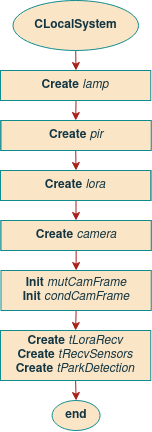
Before: report/images/09sw_specification/LS/clocalsystem/constructor.png, a diagram exported from draw.io (ESRGgroup9/slipad). Source tidied: cells renumbered, new cells last; positions are measured from the earlier drawing's top-left corner, leaving out a move shared by most shapes. The source it was exported from:
```xml
<mxGraphModel>
  <root>
    <mxCell id="0" />
    <mxCell id="1" parent="0" />
    <mxCell id="2" style="edgeStyle=orthogonalEdgeStyle;curved=0;rounded=1;sketch=0;jettySize=auto;html=1;exitX=0.5;exitY=1;exitDx=0;exitDy=0;entryX=0.5;entryY=0;entryDx=0;entryDy=0;fontColor=#143642;strokeColor=#A8201A;fillColor=#FAE5C7;" parent="1" edge="1" source="3">
      <mxGeometry relative="1" as="geometry">
        <mxPoint x="75.5" y="70" as="targetPoint" />
      </mxGeometry>
    </mxCell>
    <mxCell id="3" value="&lt;div&gt;CLocalSystem&lt;br&gt;&lt;/div&gt;" style="ellipse;whiteSpace=wrap;html=1;fillColor=#FAE5C7;strokeColor=#0F8B8D;fontColor=#143642;fontStyle=1;" parent="1" vertex="1">
      <mxGeometry x="12.5" width="125.5" height="50" as="geometry" />
    </mxCell>
    <mxCell id="4" style="edgeStyle=orthogonalEdgeStyle;rounded=1;jettySize=auto;html=1;exitX=0.5;exitY=1;exitDx=0;exitDy=0;entryX=0.5;entryY=0;entryDx=0;entryDy=0;strokeColor=#A8201A;" parent="1" edge="1" target="7">
      <mxGeometry relative="1" as="geometry">
        <mxPoint x="75.5" y="100" as="sourcePoint" />
      </mxGeometry>
    </mxCell>
    <mxCell id="5" value="end" style="ellipse;whiteSpace=wrap;html=1;fillColor=#FAE5C7;strokeColor=#0F8B8D;fontColor=#143642;fontStyle=1;" parent="1" vertex="1">
      <mxGeometry x="51.6" y="400" width="48" height="30" as="geometry" />
    </mxCell>
    <mxCell id="6" style="edgeStyle=orthogonalEdgeStyle;rounded=1;jettySize=auto;html=1;exitX=0.5;exitY=1;exitDx=0;exitDy=0;entryX=0.5;entryY=0;entryDx=0;entryDy=0;strokeColor=#A8201A;" parent="1" edge="1" source="7" target="9">
      <mxGeometry relative="1" as="geometry" />
    </mxCell>
    <mxCell id="7" value="Create &lt;span style=&quot;font-weight: normal&quot;&gt;Communication&lt;/span&gt;" style="shape=process;whiteSpace=wrap;html=1;backgroundOutline=1;rounded=0;sketch=0;fontColor=#143642;strokeColor=#0F8B8D;fillColor=#FAE5C7;fontStyle=1;" parent="1" vertex="1">
      <mxGeometry x="0.2" y="120" width="150" height="30" as="geometry" />
    </mxCell>
    <mxCell id="8" style="edgeStyle=orthogonalEdgeStyle;rounded=1;jettySize=auto;html=1;exitX=0.5;exitY=1;exitDx=0;exitDy=0;entryX=0.5;entryY=0;entryDx=0;entryDy=0;strokeColor=#A8201A;" parent="1" edge="1" source="9">
      <mxGeometry relative="1" as="geometry">
        <mxPoint x="75.5" y="220" as="targetPoint" />
      </mxGeometry>
    </mxCell>
    <mxCell id="9" value="Create &lt;span style=&quot;font-weight: normal&quot;&gt;Pir&lt;/span&gt;" style="shape=process;whiteSpace=wrap;html=1;backgroundOutline=1;rounded=0;sketch=0;fontColor=#143642;strokeColor=#0F8B8D;fillColor=#FAE5C7;fontStyle=1;" parent="1" vertex="1">
      <mxGeometry x="0.5" y="170" width="150" height="30" as="geometry" />
    </mxCell>
    <mxCell id="10" value="Create &lt;span style=&quot;font-weight: normal&quot;&gt;Camera&lt;/span&gt;" style="shape=process;whiteSpace=wrap;html=1;backgroundOutline=1;rounded=0;sketch=0;fontColor=#143642;strokeColor=#0F8B8D;fillColor=#FAE5C7;fontStyle=1;" parent="1" vertex="1">
      <mxGeometry x="0.5" y="220" width="150" height="30" as="geometry" />
    </mxCell>
    <mxCell id="11" value="&lt;b&gt;Create&lt;/b&gt; &lt;i&gt;lamp&lt;/i&gt;" style="rounded=0;whiteSpace=wrap;html=1;sketch=0;fontColor=#143642;strokeColor=#0F8B8D;fillColor=#FAE5C7;" parent="1" vertex="1">
      <mxGeometry y="70" width="150.2" height="30" as="geometry" />
    </mxCell>
    <mxCell id="12" value="&lt;b&gt;Create&lt;/b&gt; &lt;i&gt;pir&lt;/i&gt;" style="rounded=0;whiteSpace=wrap;html=1;sketch=0;fontColor=#143642;strokeColor=#0F8B8D;fillColor=#FAE5C7;" parent="1" vertex="1">
      <mxGeometry x="0.5" y="120" width="150.2" height="30" as="geometry" />
    </mxCell>
    <mxCell id="13" value="&lt;b&gt;Create &lt;/b&gt;&lt;i&gt;lora&lt;br&gt;&lt;/i&gt;" style="rounded=0;whiteSpace=wrap;html=1;sketch=0;fontColor=#143642;strokeColor=#0F8B8D;fillColor=#FAE5C7;" parent="1" vertex="1">
      <mxGeometry y="170" width="150.2" height="30" as="geometry" />
    </mxCell>
    <mxCell id="14" style="edgeStyle=orthogonalEdgeStyle;rounded=1;jettySize=auto;html=1;exitX=0.5;exitY=1;exitDx=0;exitDy=0;entryX=0.5;entryY=0;entryDx=0;entryDy=0;strokeColor=#A8201A;" parent="1" edge="1" source="15" target="19">
      <mxGeometry relative="1" as="geometry" />
    </mxCell>
    <mxCell id="15" value="&lt;b&gt;Create&lt;/b&gt; &lt;i&gt;camera&lt;/i&gt;" style="rounded=0;whiteSpace=wrap;html=1;sketch=0;fontColor=#143642;strokeColor=#0F8B8D;fillColor=#FAE5C7;" parent="1" vertex="1">
      <mxGeometry x="0.5" y="220" width="150.2" height="30" as="geometry" />
    </mxCell>
    <mxCell id="16" style="edgeStyle=orthogonalEdgeStyle;rounded=1;jettySize=auto;html=1;exitX=0.5;exitY=1;exitDx=0;exitDy=0;entryX=0.5;entryY=0;entryDx=0;entryDy=0;strokeColor=#A8201A;" parent="1" edge="1" source="17" target="5">
      <mxGeometry relative="1" as="geometry" />
    </mxCell>
    <mxCell id="17" value="&lt;div&gt;&lt;b&gt;Create&lt;/b&gt; &lt;i&gt;tLoraRecv&lt;/i&gt;&lt;/div&gt;&lt;div&gt;&lt;b&gt;Create &lt;/b&gt;&lt;i&gt;tRecvSensors&lt;/i&gt;&lt;/div&gt;&lt;div&gt;&lt;b&gt;Create &lt;/b&gt;&lt;i&gt;tParkDetection&lt;br&gt;&lt;/i&gt;&lt;/div&gt;" style="rounded=0;whiteSpace=wrap;html=1;sketch=0;fontColor=#143642;strokeColor=#0F8B8D;fillColor=#FAE5C7;" parent="1" vertex="1">
      <mxGeometry y="330" width="150.2" height="50" as="geometry" />
    </mxCell>
    <mxCell id="18" style="edgeStyle=none;rounded=0;jettySize=auto;html=1;exitX=0.5;exitY=1;exitDx=0;exitDy=0;entryX=0.5;entryY=0;entryDx=0;entryDy=0;strokeColor=#A8201A;" parent="1" edge="1" source="19" target="17">
      <mxGeometry relative="1" as="geometry" />
    </mxCell>
    <mxCell id="19" value="&lt;div&gt;&lt;b&gt;Init&lt;/b&gt; &lt;i&gt;mutCamFrame&lt;/i&gt;&lt;/div&gt;&lt;div&gt;&lt;b&gt;Init&lt;/b&gt; &lt;i&gt;condCamFrame&lt;/i&gt;&lt;br&gt;&lt;/div&gt;" style="rounded=0;whiteSpace=wrap;html=1;sketch=0;fontColor=#143642;strokeColor=#0F8B8D;fillColor=#FAE5C7;" parent="1" vertex="1">
      <mxGeometry x="0.5" y="270" width="150.2" height="40" as="geometry" />
    </mxCell>
  </root>
</mxGraphModel>
```
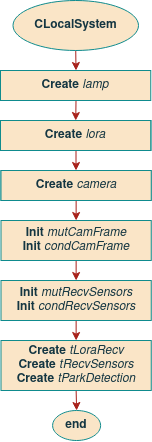
Above is the later version.

The edit, as a diff of the source:
```diff
@@ -4,26 +4,21 @@
     <mxCell id="1" parent="0" />
     <mxCell id="2" style="edgeStyle=orthogonalEdgeStyle;curved=0;rounded=1;sketch=0;jettySize=auto;html=1;exitX=0.5;exitY=1;exitDx=0;exitDy=0;entryX=0.5;entryY=0;entryDx=0;entryDy=0;fontColor=#143642;strokeColor=#A8201A;fillColor=#FAE5C7;" parent="1" edge="1" source="3">
       <mxGeometry relative="1" as="geometry">
-        <mxPoint x="75.5" y="70" as="targetPoint" />
+        <mxPoint x="75.5" y="120" as="targetPoint" />
       </mxGeometry>
     </mxCell>
     <mxCell id="3" value="&lt;div&gt;CLocalSystem&lt;br&gt;&lt;/div&gt;" style="ellipse;whiteSpace=wrap;html=1;fillColor=#FAE5C7;strokeColor=#0F8B8D;fontColor=#143642;fontStyle=1;" parent="1" vertex="1">
-      <mxGeometry x="12.5" width="125.5" height="50" as="geometry" />
+      <mxGeometry x="12.5" y="50" width="125.5" height="50" as="geometry" />
     </mxCell>
-    <mxCell id="4" style="edgeStyle=orthogonalEdgeStyle;rounded=1;jettySize=auto;html=1;exitX=0.5;exitY=1;exitDx=0;exitDy=0;entryX=0.5;entryY=0;entryDx=0;entryDy=0;strokeColor=#A8201A;" parent="1" edge="1" target="7">
+    <mxCell id="4" style="edgeStyle=orthogonalEdgeStyle;rounded=1;orthogonalLoop=1;jettySize=auto;html=1;exitX=0.5;exitY=1;exitDx=0;exitDy=0;entryX=0.5;entryY=0;entryDx=0;entryDy=0;strokeColor=#A8201A;" parent="1" edge="1">
       <mxGeometry relative="1" as="geometry">
-        <mxPoint x="75.5" y="100" as="sourcePoint" />
+        <mxPoint x="75.5" y="150" as="sourcePoint" />
+        <mxPoint x="75.2" y="170" as="targetPoint" />
       </mxGeometry>
     </mxCell>
     <mxCell id="5" value="end" style="ellipse;whiteSpace=wrap;html=1;fillColor=#FAE5C7;strokeColor=#0F8B8D;fontColor=#143642;fontStyle=1;" parent="1" vertex="1">
-      <mxGeometry x="51.6" y="400" width="48" height="30" as="geometry" />
+      <mxGeometry x="52.1" y="460" width="48" height="30" as="geometry" />
     </mxCell>
-    <mxCell id="6" style="edgeStyle=orthogonalEdgeStyle;rounded=1;jettySize=auto;html=1;exitX=0.5;exitY=1;exitDx=0;exitDy=0;entryX=0.5;entryY=0;entryDx=0;entryDy=0;strokeColor=#A8201A;" parent="1" edge="1" source="7" target="9">
-      <mxGeometry relative="1" as="geometry" />
-    </mxCell>
-    <mxCell id="7" value="Create &lt;span style=&quot;font-weight: normal&quot;&gt;Communication&lt;/span&gt;" style="shape=process;whiteSpace=wrap;html=1;backgroundOutline=1;rounded=0;sketch=0;fontColor=#143642;strokeColor=#0F8B8D;fillColor=#FAE5C7;fontStyle=1;" parent="1" vertex="1">
-      <mxGeometry x="0.2" y="120" width="150" height="30" as="geometry" />
-    </mxCell>
     <mxCell id="8" style="edgeStyle=orthogonalEdgeStyle;rounded=1;jettySize=auto;html=1;exitX=0.5;exitY=1;exitDx=0;exitDy=0;entryX=0.5;entryY=0;entryDx=0;entryDy=0;strokeColor=#A8201A;" parent="1" edge="1" source="9">
       <mxGeometry relative="1" as="geometry">
         <mxPoint x="75.5" y="220" as="targetPoint" />
@@ -36,11 +31,8 @@
       <mxGeometry x="0.5" y="220" width="150" height="30" as="geometry" />
     </mxCell>
     <mxCell id="11" value="&lt;b&gt;Create&lt;/b&gt; &lt;i&gt;lamp&lt;/i&gt;" style="rounded=0;whiteSpace=wrap;html=1;sketch=0;fontColor=#143642;strokeColor=#0F8B8D;fillColor=#FAE5C7;" parent="1" vertex="1">
-      <mxGeometry y="70" width="150.2" height="30" as="geometry" />
+      <mxGeometry y="120" width="150.2" height="30" as="geometry" />
     </mxCell>
-    <mxCell id="12" value="&lt;b&gt;Create&lt;/b&gt; &lt;i&gt;pir&lt;/i&gt;" style="rounded=0;whiteSpace=wrap;html=1;sketch=0;fontColor=#143642;strokeColor=#0F8B8D;fillColor=#FAE5C7;" parent="1" vertex="1">
-      <mxGeometry x="0.5" y="120" width="150.2" height="30" as="geometry" />
-    </mxCell>
     <mxCell id="13" value="&lt;b&gt;Create &lt;/b&gt;&lt;i&gt;lora&lt;br&gt;&lt;/i&gt;" style="rounded=0;whiteSpace=wrap;html=1;sketch=0;fontColor=#143642;strokeColor=#0F8B8D;fillColor=#FAE5C7;" parent="1" vertex="1">
       <mxGeometry y="170" width="150.2" height="30" as="geometry" />
     </mxCell>
@@ -54,13 +46,19 @@
       <mxGeometry relative="1" as="geometry" />
     </mxCell>
     <mxCell id="17" value="&lt;div&gt;&lt;b&gt;Create&lt;/b&gt; &lt;i&gt;tLoraRecv&lt;/i&gt;&lt;/div&gt;&lt;div&gt;&lt;b&gt;Create &lt;/b&gt;&lt;i&gt;tRecvSensors&lt;/i&gt;&lt;/div&gt;&lt;div&gt;&lt;b&gt;Create &lt;/b&gt;&lt;i&gt;tParkDetection&lt;br&gt;&lt;/i&gt;&lt;/div&gt;" style="rounded=0;whiteSpace=wrap;html=1;sketch=0;fontColor=#143642;strokeColor=#0F8B8D;fillColor=#FAE5C7;" parent="1" vertex="1">
-      <mxGeometry y="330" width="150.2" height="50" as="geometry" />
+      <mxGeometry x="0.5" y="390" width="150.2" height="50" as="geometry" />
     </mxCell>
-    <mxCell id="18" style="edgeStyle=none;rounded=0;jettySize=auto;html=1;exitX=0.5;exitY=1;exitDx=0;exitDy=0;entryX=0.5;entryY=0;entryDx=0;entryDy=0;strokeColor=#A8201A;" parent="1" edge="1" source="19" target="17">
+    <mxCell id="18" style="edgeStyle=none;rounded=0;jettySize=auto;html=1;exitX=0.5;exitY=1;exitDx=0;exitDy=0;entryX=0.5;entryY=0;entryDx=0;entryDy=0;strokeColor=#A8201A;" parent="1" edge="1" source="19" target="21">
       <mxGeometry relative="1" as="geometry" />
     </mxCell>
     <mxCell id="19" value="&lt;div&gt;&lt;b&gt;Init&lt;/b&gt; &lt;i&gt;mutCamFrame&lt;/i&gt;&lt;/div&gt;&lt;div&gt;&lt;b&gt;Init&lt;/b&gt; &lt;i&gt;condCamFrame&lt;/i&gt;&lt;br&gt;&lt;/div&gt;" style="rounded=0;whiteSpace=wrap;html=1;sketch=0;fontColor=#143642;strokeColor=#0F8B8D;fillColor=#FAE5C7;" parent="1" vertex="1">
       <mxGeometry x="0.5" y="270" width="150.2" height="40" as="geometry" />
     </mxCell>
+    <mxCell id="20" style="edgeStyle=orthogonalEdgeStyle;rounded=1;jettySize=auto;html=1;exitX=0.5;exitY=1;exitDx=0;exitDy=0;entryX=0.5;entryY=0;entryDx=0;entryDy=0;strokeColor=#A8201A;" parent="1" edge="1" source="21" target="17">
+      <mxGeometry relative="1" as="geometry" />
+    </mxCell>
+    <mxCell id="21" value="&lt;div&gt;&lt;b&gt;Init&lt;/b&gt; &lt;i&gt;mutRecvSensors&lt;/i&gt;&lt;/div&gt;&lt;div&gt;&lt;b&gt;Init&lt;/b&gt; &lt;i&gt;condRecvSensors&lt;/i&gt;&lt;br&gt;&lt;/div&gt;" style="rounded=0;whiteSpace=wrap;html=1;sketch=0;fontColor=#143642;strokeColor=#0F8B8D;fillColor=#FAE5C7;" parent="1" vertex="1">
+      <mxGeometry x="0.5" y="330" width="150.2" height="40" as="geometry" />
+    </mxCell>
   </root>
 </mxGraphModel>
```
